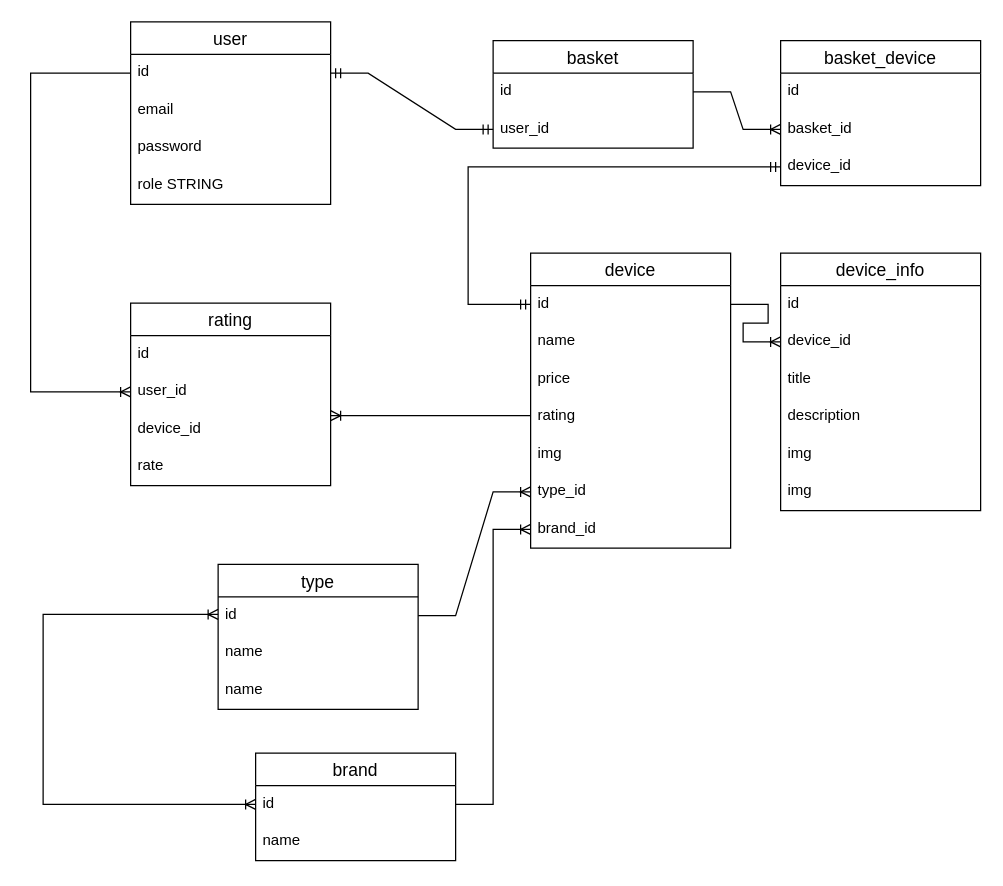
The draw.io diagram hw03/Диаграмма без названия.drawio in AndyHustler/HomeworkForJSFullStack, before the edit. Source tidied: cells renumbered, new cells numbered last; positions are measured from the earlier drawing's top-left corner, leaving out a move shared by most shapes. Both pictures are drawn from the tidied source at 125%, with x=0, y=0 at pixel (30, 21).
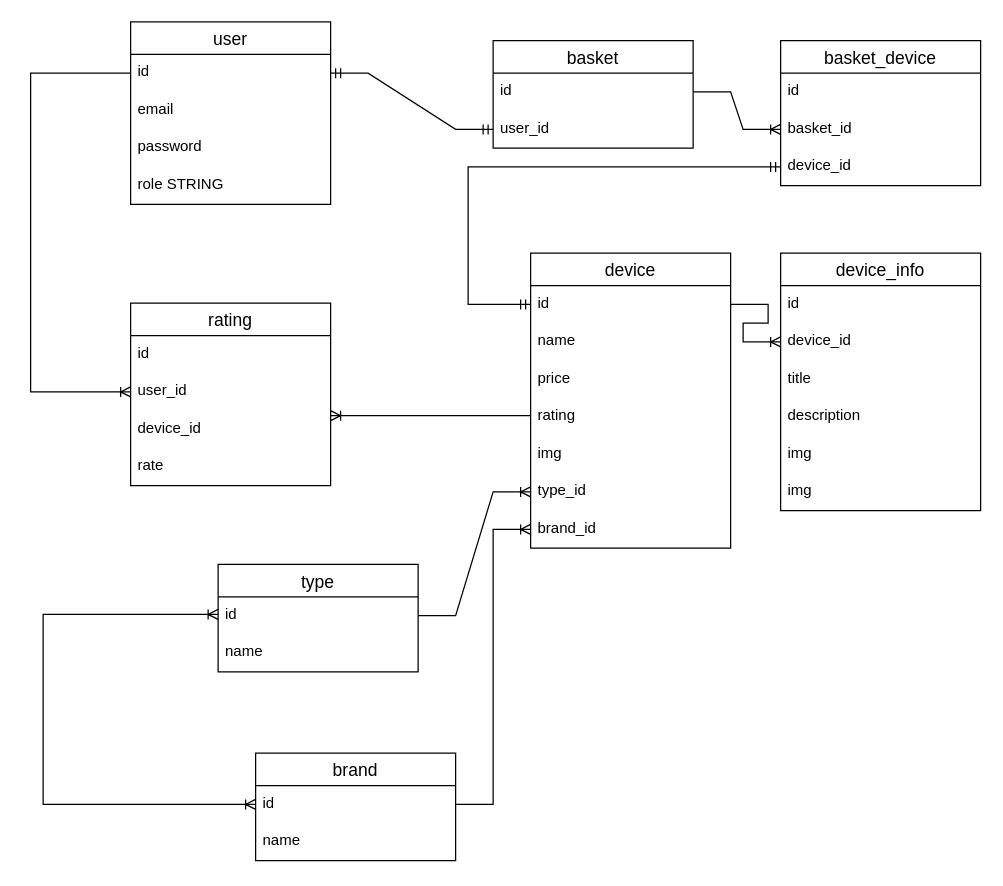
The same diagram, later.

Change to the diagram source:
```diff
@@
     <mxCell id="26" value="type" style="swimlane;fontStyle=0;horizontal=1;startSize=26;align=center;fontSize=14;" parent="1" vertex="1">
-      <mxGeometry x="150" y="434" width="160" height="116" as="geometry" />
+      <mxGeometry x="150" y="434" width="160" height="86" as="geometry" />
     </mxCell>
@@
-    <mxCell id="29" value="name" style="text;strokeColor=none;fillColor=none;spacingLeft=4;spacingRight=4;overflow=hidden;fontSize=12;whiteSpace=wrap;html=1;" parent="26" vertex="1">
-      <mxGeometry y="86" width="160" height="30" as="geometry" />
-    </mxCell>
```
